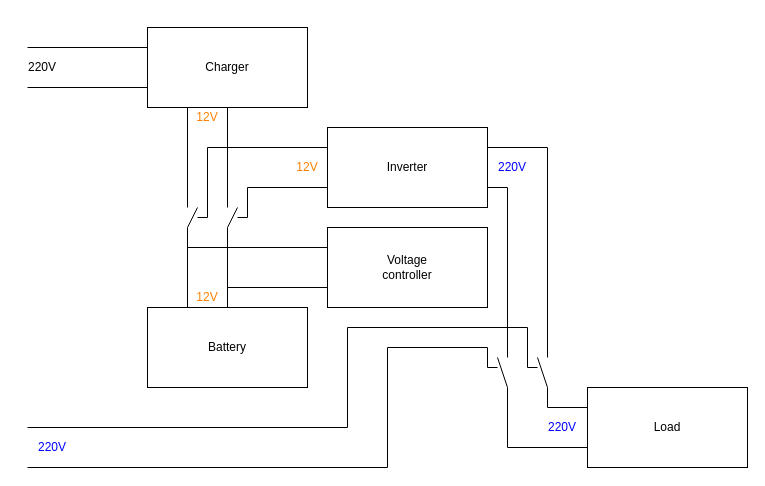
Earlier version of the draw.io diagram Діаграма без назви.drawio (jdayamx/VoltageController). Source tidied: cells renumbered, new cells numbered last; positions are measured from the earlier drawing's top-left corner, leaving out a move shared by most shapes. Both pictures are drawn from the tidied source at 100%, with x=0, y=0 at pixel (17, 27).
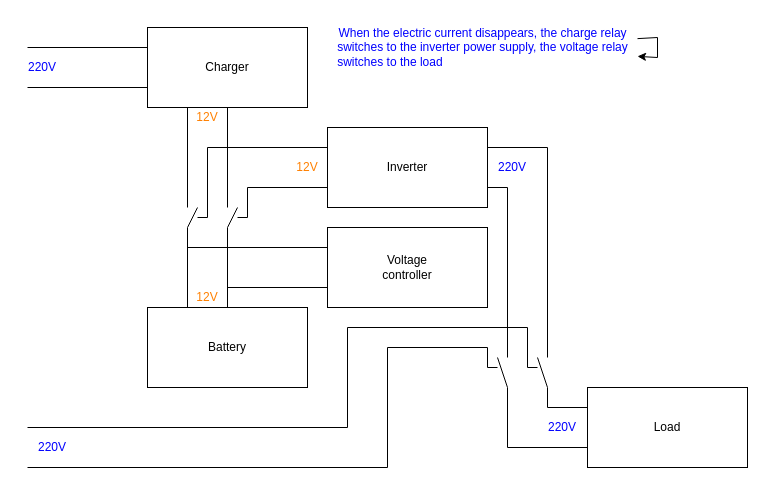
Above is the later version.

What changed in the source:
```diff
@@
-    <mxCell id="25" value="220V" style="text;html=1;strokeColor=none;fillColor=none;align=center;verticalAlign=middle;whiteSpace=wrap;rounded=0;" parent="1" vertex="1">
+    <mxCell id="25" value="&lt;font color=&quot;#0000ff&quot;&gt;220V&lt;/font&gt;" style="text;html=1;strokeColor=none;fillColor=none;align=center;verticalAlign=middle;whiteSpace=wrap;rounded=0;" parent="1" vertex="1">
       <mxGeometry y="30" width="50" height="20" as="geometry" />
     </mxCell>
@@
+    <mxCell id="31" value="When the electric current disappears, the charge relay &lt;br&gt;switches to the inverter power supply, the voltage relay &lt;br&gt;&lt;div style=&quot;text-align: left;&quot;&gt;&lt;span style=&quot;background-color: initial;&quot;&gt;switches to the load&lt;/span&gt;&lt;/div&gt;" style="text;html=1;align=center;verticalAlign=middle;points=[];strokeColor=none;fillColor=none;fontColor=#0000FF;" parent="1" vertex="1">
+      <mxGeometry x="310" y="-10" width="310" height="60" as="geometry" />
+    </mxCell>
+    <mxCell id="32" style="edgeStyle=none;rounded=0;orthogonalLoop=1;jettySize=auto;html=1;fontColor=#0000FF;" parent="1" edge="1" source="31" target="31">
+      <mxGeometry relative="1" as="geometry" />
+    </mxCell>
```
